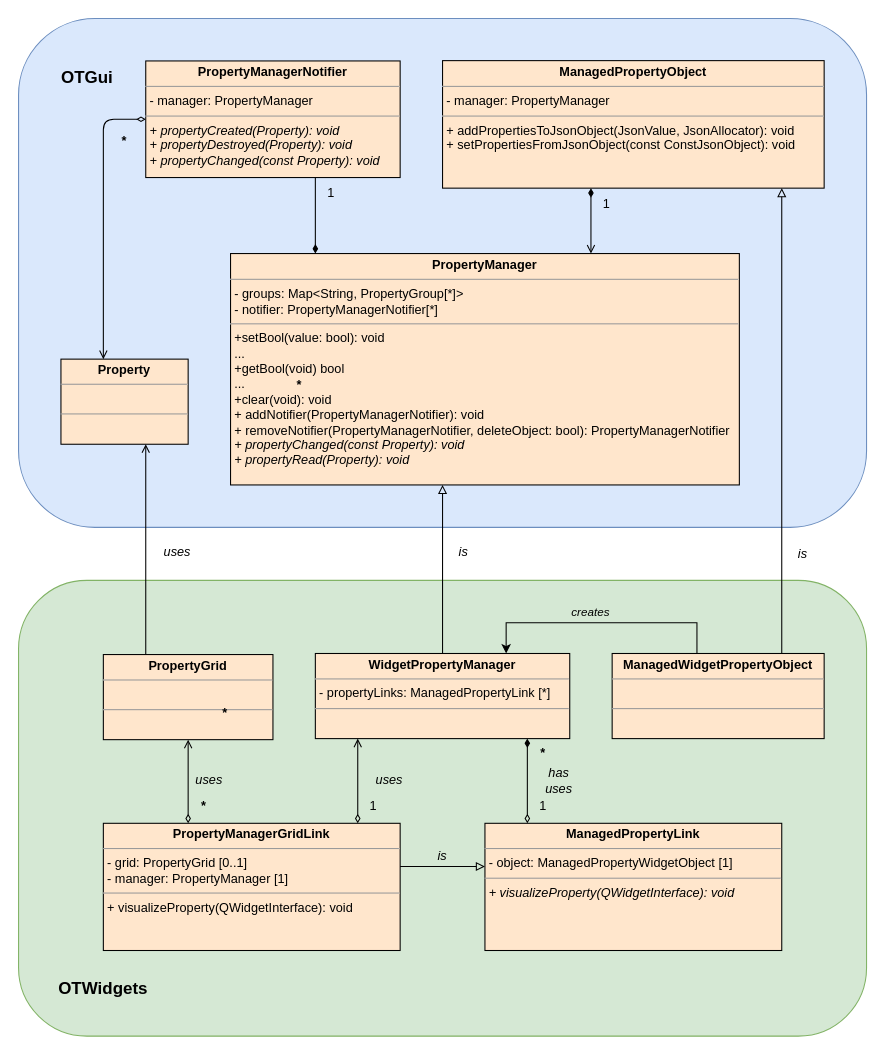
Before: Documentation/Developer/general_concepts/images/managed_properties_class.drawio in OT-OpenTwin/OpenTwin, a draw.io diagram. Source tidied: cells renumbered, new cells numbered last; positions are measured from the earlier drawing's top-left corner, leaving out a move shared by most shapes. Both pictures are drawn from the tidied source at 106%, with x=0, y=0 at pixel (18, 18).
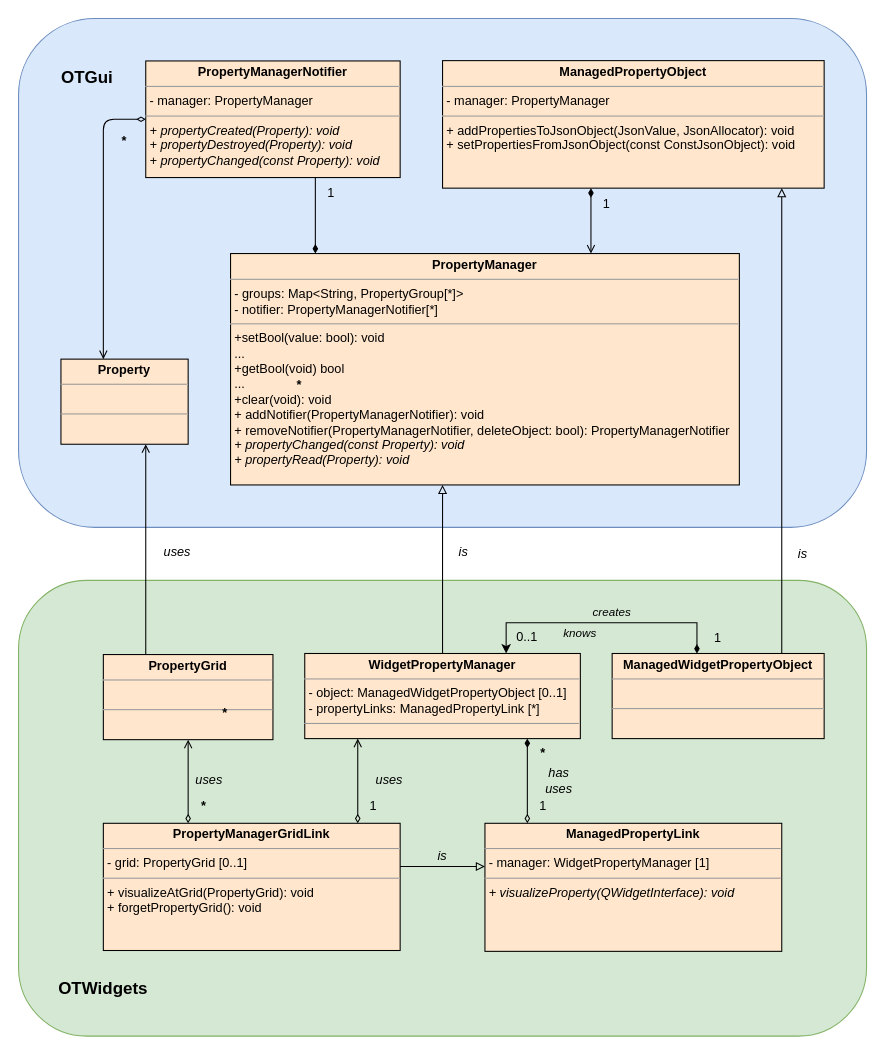
The same diagram, later.

Unchanged cells that the change refers to:
```xml
<mxCell id="40" value="&lt;p style=&quot;text-align: center; margin: 4px 0px 0px;&quot;&gt;&lt;span style=&quot;background-color: transparent; text-align: left;&quot;&gt;&lt;b&gt;ManagedWidgetPropertyObject&lt;/b&gt;&lt;/span&gt;&lt;/p&gt;&lt;hr size=&quot;1&quot;&gt;&lt;p style=&quot;margin:0px;margin-left:4px;&quot;&gt;&lt;br&gt;&lt;/p&gt;&lt;hr size=&quot;1&quot;&gt;&lt;p style=&quot;margin:0px;margin-left:4px;&quot;&gt;&lt;br&gt;&lt;/p&gt;" style="verticalAlign=top;align=left;overflow=fill;fontSize=12;fontFamily=Helvetica;html=1;fillColor=#ffe6cc;strokeColor=#000000;" parent="1" vertex="1">
  <mxGeometry x="560" y="599" width="200" height="80.3" as="geometry" />
</mxCell>
```

The edit, as a diff of the source:
```diff
@@
-    <mxCell id="12" value="&lt;p style=&quot;text-align: center; margin: 4px 0px 0px;&quot;&gt;&lt;span style=&quot;background-color: transparent; text-align: left;&quot;&gt;&lt;b&gt;WidgetPropertyManager&lt;/b&gt;&lt;/span&gt;&lt;/p&gt;&lt;hr size=&quot;1&quot;&gt;&lt;p style=&quot;margin:0px;margin-left:4px;&quot;&gt;&lt;span style=&quot;background-color: transparent; color: light-dark(rgb(0, 0, 0), rgb(255, 255, 255));&quot;&gt;- propertyLinks: ManagedPropertyLink [*]&lt;/span&gt;&lt;/p&gt;&lt;hr size=&quot;1&quot;&gt;&lt;p style=&quot;margin:0px;margin-left:4px;&quot;&gt;&lt;br&gt;&lt;/p&gt;" style="verticalAlign=top;align=left;overflow=fill;fontSize=12;fontFamily=Helvetica;html=1;fillColor=#ffe6cc;strokeColor=#000000;fontColor=default;" parent="1" vertex="1">
-      <mxGeometry x="280" y="599" width="240" height="80.3" as="geometry" />
+    <mxCell id="12" value="&lt;p style=&quot;text-align: center; margin: 4px 0px 0px;&quot;&gt;&lt;span style=&quot;background-color: transparent; text-align: left;&quot;&gt;&lt;b&gt;WidgetPropertyManager&lt;/b&gt;&lt;/span&gt;&lt;/p&gt;&lt;hr size=&quot;1&quot;&gt;&lt;p style=&quot;margin:0px;margin-left:4px;&quot;&gt;&lt;span style=&quot;background-color: transparent; color: light-dark(rgb(0, 0, 0), rgb(255, 255, 255));&quot;&gt;- object:&amp;nbsp;&lt;/span&gt;&lt;span style=&quot;background-color: transparent;&quot;&gt;ManagedWidgetPropertyObject [0..1]&lt;/span&gt;&lt;/p&gt;&lt;p style=&quot;margin:0px;margin-left:4px;&quot;&gt;&lt;span style=&quot;background-color: transparent; color: light-dark(rgb(0, 0, 0), rgb(255, 255, 255));&quot;&gt;- propertyLinks: ManagedPropertyLink [*]&lt;/span&gt;&lt;/p&gt;&lt;hr size=&quot;1&quot;&gt;&lt;p style=&quot;margin:0px;margin-left:4px;&quot;&gt;&lt;br&gt;&lt;/p&gt;" style="verticalAlign=top;align=left;overflow=fill;fontSize=12;fontFamily=Helvetica;html=1;fillColor=#ffe6cc;strokeColor=#000000;fontColor=default;" parent="1" vertex="1">
+      <mxGeometry x="270" y="599" width="260" height="80.3" as="geometry" />
     </mxCell>
@@
-    <mxCell id="15" value="&lt;p style=&quot;text-align: center; margin: 4px 0px 0px;&quot;&gt;&lt;span style=&quot;background-color: transparent; text-align: left;&quot;&gt;&lt;b&gt;PropertyManagerGridLink&lt;/b&gt;&lt;/span&gt;&lt;/p&gt;&lt;hr size=&quot;1&quot;&gt;&lt;p style=&quot;margin:0px;margin-left:4px;&quot;&gt;- grid: PropertyGrid [0..1]&lt;/p&gt;&lt;p style=&quot;margin:0px;margin-left:4px;&quot;&gt;- manager:&amp;nbsp;PropertyManager [1]&lt;/p&gt;&lt;hr size=&quot;1&quot;&gt;&lt;p style=&quot;margin:0px;margin-left:4px;&quot;&gt;+ visualizeProperty(QWidgetInterface): void&lt;/p&gt;" style="verticalAlign=top;align=left;overflow=fill;fontSize=12;fontFamily=Helvetica;html=1;fillColor=#ffe6cc;strokeColor=#000000;fontColor=default;" parent="1" vertex="1">
+    <mxCell id="15" value="&lt;p style=&quot;text-align: center; margin: 4px 0px 0px;&quot;&gt;&lt;span style=&quot;background-color: transparent; text-align: left;&quot;&gt;&lt;b&gt;PropertyManagerGridLink&lt;/b&gt;&lt;/span&gt;&lt;/p&gt;&lt;hr size=&quot;1&quot;&gt;&lt;p style=&quot;margin:0px;margin-left:4px;&quot;&gt;- grid: PropertyGrid [0..1]&lt;/p&gt;&lt;hr size=&quot;1&quot;&gt;&lt;p style=&quot;margin:0px;margin-left:4px;&quot;&gt;+ visualizeAtGrid(PropertyGrid): void&lt;/p&gt;&lt;p style=&quot;margin:0px;margin-left:4px;&quot;&gt;+ forgetPropertyGrid(): void&lt;/p&gt;" style="verticalAlign=top;align=left;overflow=fill;fontSize=12;fontFamily=Helvetica;html=1;fillColor=#ffe6cc;strokeColor=#000000;fontColor=default;" parent="1" vertex="1">
       <mxGeometry x="80" y="759.2" width="280" height="120" as="geometry" />
     </mxCell>
@@
-    <mxCell id="24" value="&lt;p style=&quot;text-align: center; margin: 4px 0px 0px;&quot;&gt;&lt;span style=&quot;background-color: transparent; text-align: left;&quot;&gt;&lt;b&gt;ManagedPropertyLink&lt;/b&gt;&lt;/span&gt;&lt;/p&gt;&lt;hr size=&quot;1&quot;&gt;&lt;p style=&quot;margin:0px;margin-left:4px;&quot;&gt;- object: ManagedPropertyWidgetObject [1]&lt;/p&gt;&lt;hr size=&quot;1&quot;&gt;&lt;p style=&quot;margin:0px;margin-left:4px;&quot;&gt;&lt;i&gt;+ visualizeProperty(QWidgetInterface): void&lt;/i&gt;&lt;/p&gt;" style="verticalAlign=top;align=left;overflow=fill;fontSize=12;fontFamily=Helvetica;html=1;fillColor=#ffe6cc;strokeColor=#000000;fontColor=default;" parent="1" vertex="1">
-      <mxGeometry x="440" y="759.2" width="280" height="120" as="geometry" />
+    <mxCell id="24" value="&lt;p style=&quot;text-align: center; margin: 4px 0px 0px;&quot;&gt;&lt;span style=&quot;background-color: transparent; text-align: left;&quot;&gt;&lt;b&gt;ManagedPropertyLink&lt;/b&gt;&lt;/span&gt;&lt;/p&gt;&lt;hr size=&quot;1&quot;&gt;&lt;p style=&quot;margin:0px;margin-left:4px;&quot;&gt;- manager: WidgetPropertyManager [1]&lt;/p&gt;&lt;hr size=&quot;1&quot;&gt;&lt;p style=&quot;margin:0px;margin-left:4px;&quot;&gt;&lt;i style=&quot;background-color: transparent; color: light-dark(rgb(0, 0, 0), rgb(255, 255, 255));&quot;&gt;+ visualizeProperty(QWidgetInterface): void&lt;/i&gt;&lt;/p&gt;" style="verticalAlign=top;align=left;overflow=fill;fontSize=12;fontFamily=Helvetica;html=1;fillColor=#ffe6cc;strokeColor=#000000;fontColor=default;" parent="1" vertex="1">
+      <mxGeometry x="440" y="759.2" width="280" height="120.8" as="geometry" />
     </mxCell>
@@
-    <mxCell id="39" style="edgeStyle=orthogonalEdgeStyle;rounded=0;jettySize=auto;html=1;" parent="1" edge="1" source="40" target="12">
+    <mxCell id="39" style="edgeStyle=orthogonalEdgeStyle;rounded=0;jettySize=auto;html=1;startArrow=diamondThin;startFill=1;" parent="1" edge="1" source="40" target="12">
       <mxGeometry relative="1" as="geometry">
         <Array as="points">
           <mxPoint x="640" y="570" />
           <mxPoint x="460" y="570" />
         </Array>
       </mxGeometry>
     </mxCell>
@@
     <mxCell id="41" value="creates" style="text;html=1;align=center;verticalAlign=middle;whiteSpace=wrap;rounded=0;fontStyle=2;fontSize=11;" parent="1" vertex="1">
-      <mxGeometry x="520" y="550" width="40" height="20" as="geometry" />
+      <mxGeometry x="540" y="550" width="40" height="20" as="geometry" />
     </mxCell>
@@
+    <mxCell id="43" value="knows" style="text;html=1;align=center;verticalAlign=middle;whiteSpace=wrap;rounded=0;fontStyle=2;fontSize=11;" parent="1" vertex="1">
+      <mxGeometry x="510" y="570" width="40" height="20" as="geometry" />
+    </mxCell>
+    <mxCell id="44" value="0..1" style="text;html=1;align=center;verticalAlign=middle;whiteSpace=wrap;rounded=0;" parent="1" vertex="1">
+      <mxGeometry x="460" y="569" width="40" height="30" as="geometry" />
+    </mxCell>
+    <mxCell id="45" value="1" style="text;html=1;align=center;verticalAlign=middle;whiteSpace=wrap;rounded=0;" parent="1" vertex="1">
+      <mxGeometry x="645" y="570" width="30" height="30" as="geometry" />
+    </mxCell>
```
